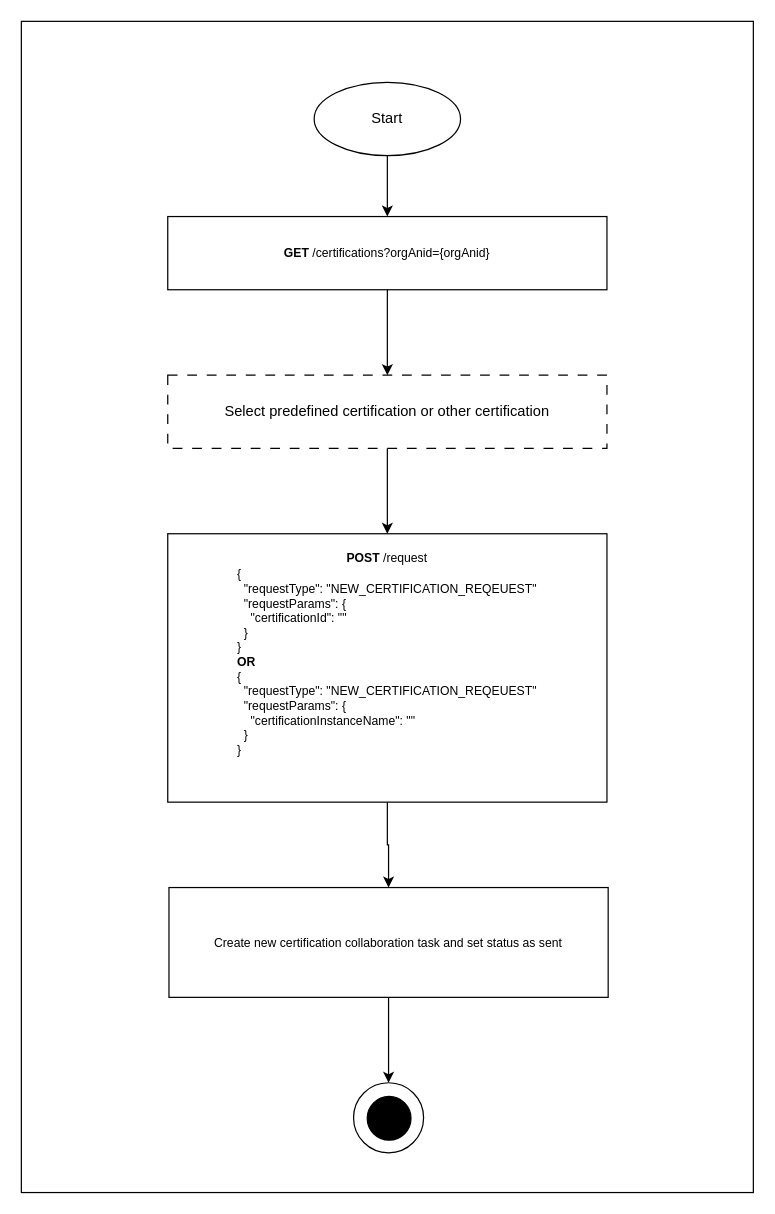
huangshijie/Drawio keeps this draw.io diagram as page "UI send request flow - new" (6 of 8) of request-2.drawio. Above is the earlier version. Source tidied: cells renumbered, new cells numbered last; positions are measured from the earlier drawing's top-left corner, leaving out a move shared by most shapes. Both pictures are drawn from the tidied source at 122%, with x=0, y=0 at pixel (21, 21).
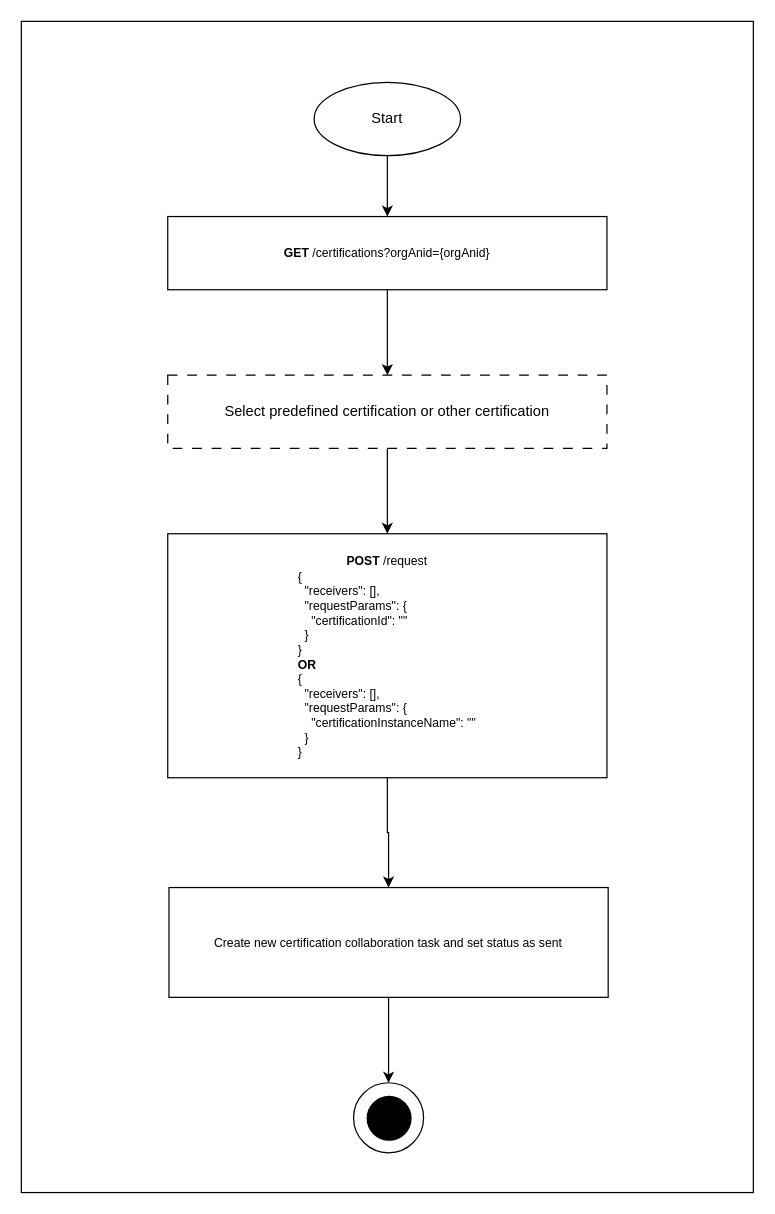
The same diagram, later.

Change to the diagram source:
```diff
@@
 <mxGraphModel>
   <root>
     <mxCell id="0" />
     <mxCell id="1" parent="0" />
     <mxCell id="2" style="rounded=0;whiteSpace=wrap;html=1;" parent="1" vertex="1">
       <mxGeometry width="600" height="960" as="geometry" />
     </mxCell>
     <mxCell id="3" style="edgeStyle=orthogonalEdgeStyle;rounded=0;jettySize=auto;html=1;" parent="1" edge="1" source="4" target="14">
       <mxGeometry relative="1" as="geometry" />
     </mxCell>
-    <mxCell id="4" value="&lt;font style=&quot;font-size: 10px;&quot;&gt;&lt;b&gt;POST&lt;/b&gt; /request&lt;br&gt;&lt;div style=&quot;text-align: left;&quot;&gt;&lt;span style=&quot;background-color: initial;&quot;&gt;{&lt;/span&gt;&lt;/div&gt;&lt;div style=&quot;text-align: left;&quot;&gt;&lt;span style=&quot;background-color: initial;&quot;&gt;&amp;nbsp; &quot;requestType&quot;: &quot;NEW_CERTIFICATION_REQEUEST&quot;&lt;/span&gt;&lt;/div&gt;&lt;div style=&quot;text-align: left;&quot;&gt;&lt;span style=&quot;background-color: initial;&quot;&gt;&amp;nbsp; &quot;requestParams&quot;: {&lt;/span&gt;&lt;/div&gt;&lt;div style=&quot;text-align: left;&quot;&gt;&lt;span style=&quot;background-color: initial;&quot;&gt;&amp;nbsp; &amp;nbsp; &quot;certificationId&quot;: &quot;&quot;&lt;/span&gt;&lt;/div&gt;&lt;div style=&quot;text-align: left;&quot;&gt;&lt;span style=&quot;background-color: initial;&quot;&gt;&amp;nbsp; }&lt;/span&gt;&lt;/div&gt;&lt;div style=&quot;text-align: left;&quot;&gt;&lt;span style=&quot;background-color: initial;&quot;&gt;}&lt;/span&gt;&lt;/div&gt;&lt;div style=&quot;text-align: left;&quot;&gt;&lt;span style=&quot;background-color: initial;&quot;&gt;&lt;b&gt;OR&lt;/b&gt;&lt;/span&gt;&lt;/div&gt;&lt;div style=&quot;text-align: left;&quot;&gt;&lt;div style=&quot;border-color: var(--border-color);&quot;&gt;{&lt;/div&gt;&lt;div style=&quot;border-color: var(--border-color);&quot;&gt;&lt;span style=&quot;border-color: var(--border-color); background-color: initial;&quot;&gt;&amp;nbsp; &quot;requestType&quot;: &quot;NEW_CERTIFICATION_REQEUEST&quot;&lt;/span&gt;&lt;/div&gt;&lt;div style=&quot;border-color: var(--border-color);&quot;&gt;&lt;span style=&quot;border-color: var(--border-color); background-color: initial;&quot;&gt;&amp;nbsp; &quot;requestParams&quot;: {&lt;/span&gt;&lt;/div&gt;&lt;div style=&quot;border-color: var(--border-color);&quot;&gt;&lt;span style=&quot;border-color: var(--border-color); background-color: initial;&quot;&gt;&amp;nbsp; &amp;nbsp; &quot;certificationInstanceName&quot;: &quot;&quot;&lt;/span&gt;&lt;/div&gt;&lt;div style=&quot;border-color: var(--border-color);&quot;&gt;&lt;span style=&quot;border-color: var(--border-color); background-color: initial;&quot;&gt;&amp;nbsp; }&lt;/span&gt;&lt;/div&gt;&lt;div style=&quot;border-color: var(--border-color);&quot;&gt;&lt;span style=&quot;border-color: var(--border-color); background-color: initial;&quot;&gt;}&lt;/span&gt;&lt;/div&gt;&lt;/div&gt;&lt;div style=&quot;text-align: left;&quot;&gt;&lt;br&gt;&lt;/div&gt;&lt;div style=&quot;text-align: left;&quot;&gt;&lt;div style=&quot;border-color: var(--border-color);&quot;&gt;&lt;br&gt;&lt;/div&gt;&lt;/div&gt;&lt;/font&gt;" style="rounded=0;whiteSpace=wrap;html=1;" parent="1" vertex="1">
-      <mxGeometry x="120" y="420" width="360" height="220" as="geometry" />
+    <mxCell id="4" value="&lt;font style=&quot;font-size: 10px;&quot;&gt;&lt;b&gt;POST&lt;/b&gt; /request&lt;br&gt;&lt;div style=&quot;text-align: left;&quot;&gt;&lt;span style=&quot;background-color: initial;&quot;&gt;{&lt;/span&gt;&lt;/div&gt;&lt;div style=&quot;text-align: left;&quot;&gt;&lt;span style=&quot;background-color: initial;&quot;&gt;&amp;nbsp; &quot;receivers&quot;: [],&lt;/span&gt;&lt;/div&gt;&lt;div style=&quot;text-align: left;&quot;&gt;&lt;span style=&quot;background-color: initial;&quot;&gt;&amp;nbsp; &quot;requestParams&quot;: {&lt;/span&gt;&lt;/div&gt;&lt;div style=&quot;text-align: left;&quot;&gt;&lt;span style=&quot;background-color: initial;&quot;&gt;&amp;nbsp; &amp;nbsp; &quot;certificationId&quot;: &quot;&quot;&lt;/span&gt;&lt;/div&gt;&lt;div style=&quot;text-align: left;&quot;&gt;&lt;span style=&quot;background-color: initial;&quot;&gt;&amp;nbsp; }&lt;/span&gt;&lt;/div&gt;&lt;div style=&quot;text-align: left;&quot;&gt;&lt;span style=&quot;background-color: initial;&quot;&gt;}&lt;/span&gt;&lt;/div&gt;&lt;div style=&quot;text-align: left;&quot;&gt;&lt;span style=&quot;background-color: initial;&quot;&gt;&lt;b&gt;OR&lt;/b&gt;&lt;/span&gt;&lt;/div&gt;&lt;div style=&quot;text-align: left;&quot;&gt;&lt;div style=&quot;border-color: var(--border-color);&quot;&gt;{&lt;/div&gt;&lt;div style=&quot;border-color: var(--border-color);&quot;&gt;&lt;span style=&quot;border-color: var(--border-color); background-color: initial;&quot;&gt;&amp;nbsp; &quot;receivers&quot;: [],&lt;/span&gt;&lt;/div&gt;&lt;div style=&quot;border-color: var(--border-color);&quot;&gt;&lt;span style=&quot;border-color: var(--border-color); background-color: initial;&quot;&gt;&amp;nbsp; &quot;requestParams&quot;: {&lt;/span&gt;&lt;/div&gt;&lt;div style=&quot;border-color: var(--border-color);&quot;&gt;&lt;span style=&quot;border-color: var(--border-color); background-color: initial;&quot;&gt;&amp;nbsp; &amp;nbsp; &quot;certificationInstanceName&quot;: &quot;&quot;&lt;/span&gt;&lt;/div&gt;&lt;div style=&quot;border-color: var(--border-color);&quot;&gt;&lt;span style=&quot;border-color: var(--border-color); background-color: initial;&quot;&gt;&amp;nbsp; }&lt;/span&gt;&lt;/div&gt;&lt;div style=&quot;border-color: var(--border-color);&quot;&gt;&lt;span style=&quot;border-color: var(--border-color); background-color: initial;&quot;&gt;}&lt;/span&gt;&lt;/div&gt;&lt;/div&gt;&lt;/font&gt;" style="rounded=0;whiteSpace=wrap;html=1;" parent="1" vertex="1">
+      <mxGeometry x="120" y="420" width="360" height="200" as="geometry" />
     </mxCell>
     <mxCell id="5" style="edgeStyle=orthogonalEdgeStyle;rounded=0;jettySize=auto;html=1;" parent="1" edge="1" source="6" target="12">
       <mxGeometry relative="1" as="geometry" />
     </mxCell>
     <mxCell id="6" value="Start" style="ellipse;whiteSpace=wrap;html=1;" parent="1" vertex="1">
       <mxGeometry x="240" y="50" width="120" height="60" as="geometry" />
     </mxCell>
     <mxCell id="7" style="ellipse;whiteSpace=wrap;html=1;" parent="1" vertex="1">
       <mxGeometry x="272.3" y="870" width="57.4" height="57.4" as="geometry" />
     </mxCell>
     <mxCell id="8" style="ellipse;whiteSpace=wrap;html=1;fillColor=#000000;" parent="1" vertex="1">
       <mxGeometry x="283.5" y="881.2" width="35.9" height="35.9" as="geometry" />
     </mxCell>
     <mxCell id="9" style="edgeStyle=orthogonalEdgeStyle;rounded=0;jettySize=auto;html=1;entryX=0.5;entryY=0;entryDx=0;entryDy=0;" parent="1" edge="1" source="10" target="4">
       <mxGeometry relative="1" as="geometry" />
     </mxCell>
     <mxCell id="10" value="Select predefined certification or other certification" style="rounded=0;whiteSpace=wrap;html=1;strokeColor=default;dashed=1;dashPattern=8 8;" parent="1" vertex="1">
       <mxGeometry x="120" y="290" width="360" height="60" as="geometry" />
     </mxCell>
     <mxCell id="11" style="edgeStyle=orthogonalEdgeStyle;rounded=0;jettySize=auto;html=1;entryX=0.5;entryY=0;entryDx=0;entryDy=0;" parent="1" edge="1" source="12" target="10">
       <mxGeometry relative="1" as="geometry" />
     </mxCell>
     <mxCell id="12" value="&lt;font style=&quot;font-size: 10px;&quot;&gt;&lt;b&gt;GET&lt;/b&gt; /certifications?orgAnid={orgAnid}&lt;/font&gt;" style="rounded=0;whiteSpace=wrap;html=1;" parent="1" vertex="1">
       <mxGeometry x="120" y="160" width="360" height="60" as="geometry" />
     </mxCell>
     <mxCell id="13" style="edgeStyle=orthogonalEdgeStyle;rounded=0;jettySize=auto;html=1;" parent="1" edge="1" source="14" target="7">
       <mxGeometry relative="1" as="geometry" />
     </mxCell>
     <mxCell id="14" value="&lt;span style=&quot;font-size: 10px;&quot;&gt;Create new certification &lt;/span&gt;&lt;span style=&quot;font-size: 10px;&quot;&gt;collaboration&lt;/span&gt;&lt;span style=&quot;font-size: 10px;&quot;&gt;&amp;nbsp;task and set status as sent&lt;/span&gt;" style="rounded=0;whiteSpace=wrap;html=1;" parent="1" vertex="1">
       <mxGeometry x="121" y="710" width="360" height="90" as="geometry" />
     </mxCell>
   </root>
 </mxGraphModel>
```
